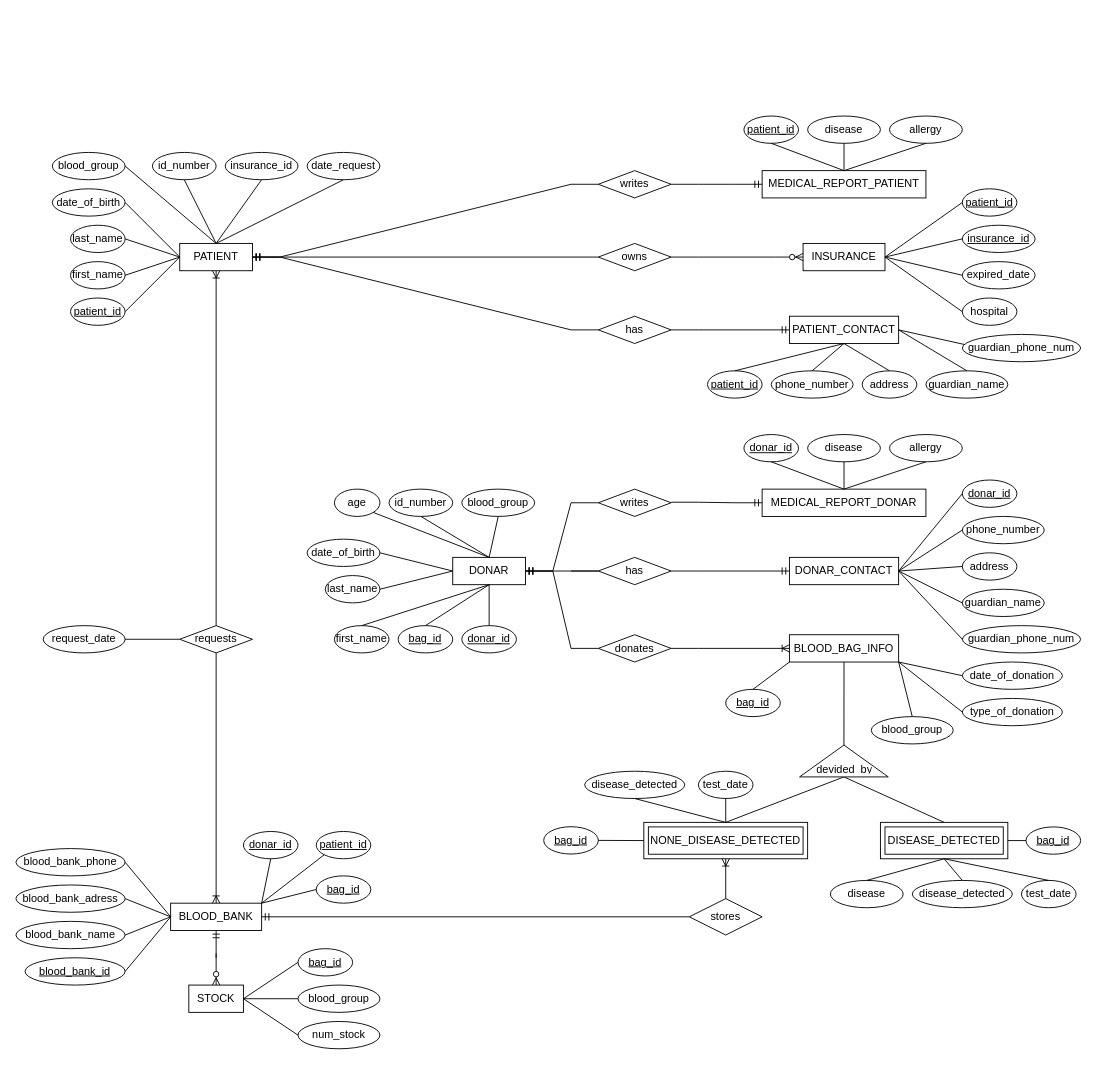
Avrey156/Practical_Database_Concepts keeps this draw.io diagram as Untitled Diagram.drawio. Above is the earlier version. Source tidied: cells renumbered, new cells numbered last; positions are measured from the earlier drawing's top-left corner, leaving out a move shared by most shapes. Both pictures are drawn from the tidied source at 91%, with x=0, y=0 at pixel (15, 116).
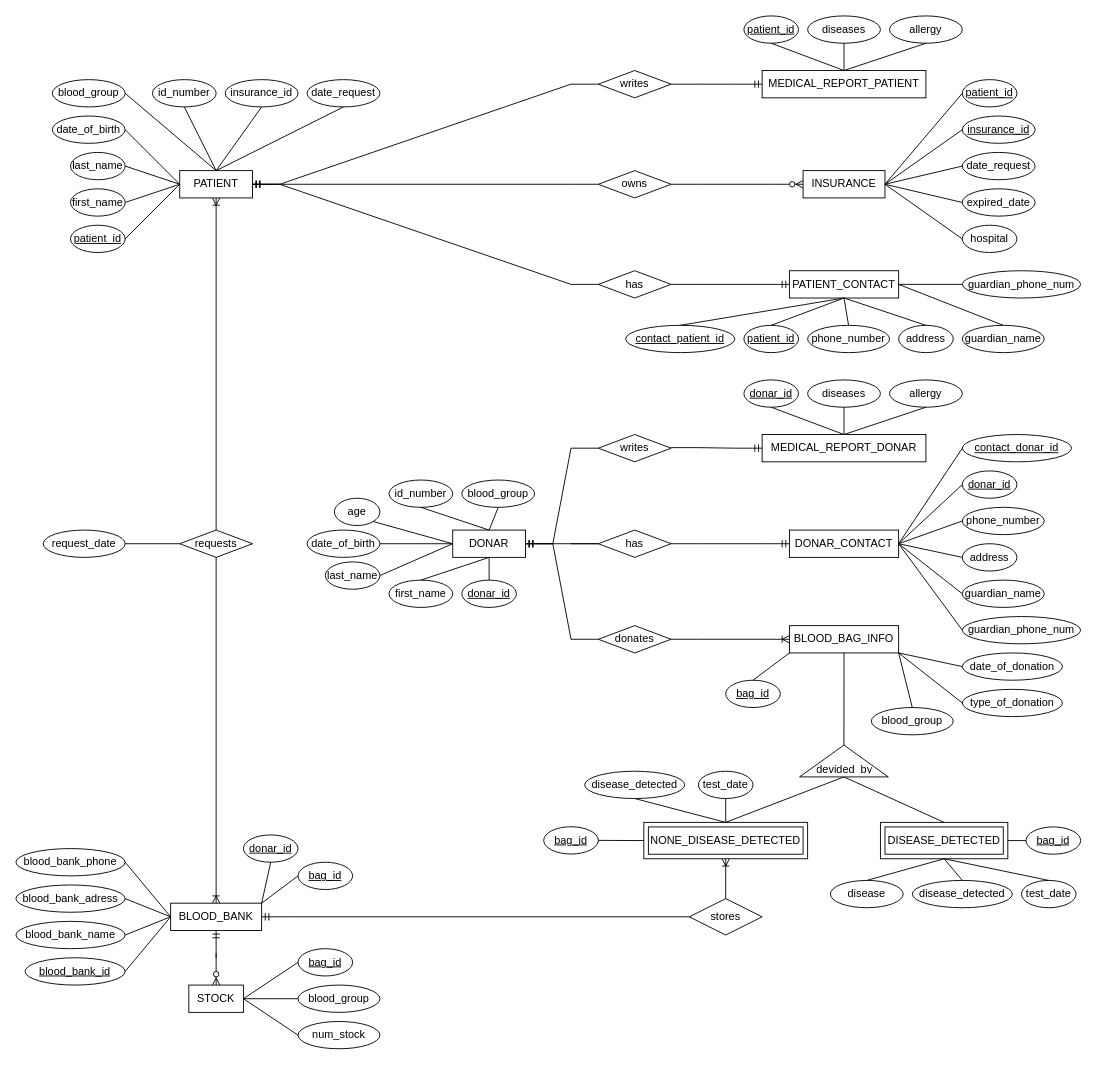
The same diagram, later.

The change refers to these unchanged cells:
```xml
<mxCell id="17" value="BLOOD_BANK" style="rounded=0;whiteSpace=wrap;html=1;" parent="1" vertex="1">
  <mxGeometry x="170" y="865" width="100" height="30" as="geometry" />
</mxCell>
```

Change to the diagram source:
```diff
@@
     <mxCell id="2" value="PATIENT" style="rounded=0;whiteSpace=wrap;html=1;" parent="1" vertex="1">
-      <mxGeometry x="180" y="140" width="80" height="30" as="geometry" />
+      <mxGeometry x="180" y="60" width="80" height="30" as="geometry" />
     </mxCell>
     <mxCell id="3" value="date_of_birth" style="ellipse;whiteSpace=wrap;html=1;" parent="1" vertex="1">
-      <mxGeometry x="40" y="80" width="80" height="30" as="geometry" />
+      <mxGeometry x="40" width="80" height="30" as="geometry" />
     </mxCell>
     <mxCell id="4" value="id_number" style="ellipse;whiteSpace=wrap;html=1;" parent="1" vertex="1">
-      <mxGeometry x="150" y="40" width="70" height="30" as="geometry" />
+      <mxGeometry x="150" y="-40" width="70" height="30" as="geometry" />
     </mxCell>
     <mxCell id="5" value="blood_group" style="ellipse;whiteSpace=wrap;html=1;" parent="1" vertex="1">
-      <mxGeometry x="40" y="40" width="80" height="30" as="geometry" />
+      <mxGeometry x="40" y="-40" width="80" height="30" as="geometry" />
     </mxCell>
     <mxCell id="6" value="insurance_id" style="ellipse;whiteSpace=wrap;html=1;" parent="1" vertex="1">
-      <mxGeometry x="230" y="40" width="80" height="30" as="geometry" />
+      <mxGeometry x="230" y="-40" width="80" height="30" as="geometry" />
     </mxCell>
     <mxCell id="7" value="date_request" style="ellipse;whiteSpace=wrap;html=1;" parent="1" vertex="1">
-      <mxGeometry x="320" y="40" width="80" height="30" as="geometry" />
+      <mxGeometry x="320" y="-40" width="80" height="30" as="geometry" />
     </mxCell>
     <mxCell id="8" value="last_name" style="ellipse;whiteSpace=wrap;html=1;" parent="1" vertex="1">
-      <mxGeometry x="60" y="120" width="60" height="30" as="geometry" />
+      <mxGeometry x="60" y="40" width="60" height="30" as="geometry" />
     </mxCell>
     <mxCell id="9" value="first_name" style="ellipse;whiteSpace=wrap;html=1;" parent="1" vertex="1">
-      <mxGeometry x="60" y="160" width="60" height="30" as="geometry" />
+      <mxGeometry x="60" y="80" width="60" height="30" as="geometry" />
     </mxCell>
     <mxCell id="10" value="PATIENT_CONTACT" style="rounded=0;whiteSpace=wrap;html=1;" parent="1" vertex="1">
-      <mxGeometry x="850" y="220" width="120" height="30" as="geometry" />
+      <mxGeometry x="850" y="170" width="120" height="30" as="geometry" />
     </mxCell>
     <mxCell id="11" value="INSURANCE" style="rounded=0;whiteSpace=wrap;html=1;" parent="1" vertex="1">
-      <mxGeometry x="865" y="140" width="90" height="30" as="geometry" />
+      <mxGeometry x="865" y="60" width="90" height="30" as="geometry" />
     </mxCell>
     <mxCell id="12" value="DONAR" style="rounded=0;whiteSpace=wrap;html=1;" parent="1" vertex="1">
-      <mxGeometry x="480" y="485" width="80" height="30" as="geometry" />
+      <mxGeometry x="480" y="455" width="80" height="30" as="geometry" />
     </mxCell>
     <mxCell id="13" value="DONAR_CONTACT" style="rounded=0;whiteSpace=wrap;html=1;" parent="1" vertex="1">
-      <mxGeometry x="850" y="485" width="120" height="30" as="geometry" />
+      <mxGeometry x="850" y="455" width="120" height="30" as="geometry" />
     </mxCell>
     <mxCell id="14" value="BLOOD_BAG_INFO" style="rounded=0;whiteSpace=wrap;html=1;" parent="1" vertex="1">
-      <mxGeometry x="850" y="570" width="120" height="30" as="geometry" />
+      <mxGeometry x="850" y="560" width="120" height="30" as="geometry" />
     </mxCell>
     <mxCell id="15" value="MEDICAL_REPORT_PATIENT" style="rounded=0;whiteSpace=wrap;html=1;" parent="1" vertex="1">
-      <mxGeometry x="820" y="60" width="180" height="30" as="geometry" />
+      <mxGeometry x="820" y="-50" width="180" height="30" as="geometry" />
     </mxCell>
     <mxCell id="16" value="MEDICAL_REPORT_DONAR" style="rounded=0;whiteSpace=wrap;html=1;" parent="1" vertex="1">
-      <mxGeometry x="820" y="410" width="180" height="30" as="geometry" />
+      <mxGeometry x="820" y="350" width="180" height="30" as="geometry" />
     </mxCell>
@@
     <mxCell id="19" value="writes" style="rhombus;whiteSpace=wrap;html=1;" parent="1" vertex="1">
-      <mxGeometry x="640" y="60" width="80" height="30" as="geometry" />
+      <mxGeometry x="640" y="-50" width="80" height="30" as="geometry" />
     </mxCell>
     <mxCell id="20" value="owns" style="rhombus;whiteSpace=wrap;html=1;" parent="1" vertex="1">
-      <mxGeometry x="640" y="140" width="80" height="30" as="geometry" />
+      <mxGeometry x="640" y="60" width="80" height="30" as="geometry" />
     </mxCell>
     <mxCell id="21" value="has" style="rhombus;whiteSpace=wrap;html=1;" parent="1" vertex="1">
-      <mxGeometry x="640" y="220" width="80" height="30" as="geometry" />
+      <mxGeometry x="640" y="170" width="80" height="30" as="geometry" />
     </mxCell>
     <mxCell id="22" value="writes" style="rhombus;whiteSpace=wrap;html=1;" parent="1" vertex="1">
-      <mxGeometry x="640" y="410" width="80" height="30" as="geometry" />
+      <mxGeometry x="640" y="350" width="80" height="30" as="geometry" />
     </mxCell>
     <mxCell id="23" value="has" style="rhombus;whiteSpace=wrap;html=1;" parent="1" vertex="1">
-      <mxGeometry x="640" y="485" width="80" height="30" as="geometry" />
+      <mxGeometry x="640" y="455" width="80" height="30" as="geometry" />
     </mxCell>
     <mxCell id="24" value="donates" style="rhombus;whiteSpace=wrap;html=1;" parent="1" vertex="1">
-      <mxGeometry x="640" y="570" width="80" height="30" as="geometry" />
+      <mxGeometry x="640" y="560" width="80" height="30" as="geometry" />
     </mxCell>
     <mxCell id="25" value="patient_id" style="ellipse;whiteSpace=wrap;html=1;align=center;fontStyle=4;" parent="1" vertex="1">
-      <mxGeometry x="60" y="200" width="60" height="30" as="geometry" />
+      <mxGeometry x="60" y="120" width="60" height="30" as="geometry" />
     </mxCell>
@@
     <mxCell id="27" style="endArrow=none;html=1;rounded=0;exitX=0.5;exitY=1;exitDx=0;exitDy=0;" parent="1" edge="1" source="7">
       <mxGeometry relative="1" as="geometry">
-        <mxPoint x="220" y="140" as="targetPoint" />
+        <mxPoint x="220" y="60" as="targetPoint" />
       </mxGeometry>
     </mxCell>
@@
     <mxCell id="29" value="phone_number" style="ellipse;whiteSpace=wrap;html=1;" parent="1" vertex="1">
-      <mxGeometry x="830" y="280" width="90" height="30" as="geometry" />
+      <mxGeometry x="870" y="230" width="90" height="30" as="geometry" />
     </mxCell>
     <mxCell id="30" value="address" style="ellipse;whiteSpace=wrap;html=1;" parent="1" vertex="1">
-      <mxGeometry x="930" y="280" width="60" height="30" as="geometry" />
+      <mxGeometry x="970" y="230" width="60" height="30" as="geometry" />
     </mxCell>
     <mxCell id="31" value="guardian_name" style="ellipse;whiteSpace=wrap;html=1;" parent="1" vertex="1">
-      <mxGeometry x="1000" y="280" width="90" height="30" as="geometry" />
+      <mxGeometry x="1040" y="230" width="90" height="30" as="geometry" />
     </mxCell>
     <mxCell id="32" value="guardian_phone_num" style="ellipse;whiteSpace=wrap;html=1;" parent="1" vertex="1">
-      <mxGeometry x="1040" y="240" width="130" height="30" as="geometry" />
+      <mxGeometry x="1040" y="170" width="130" height="30" as="geometry" />
     </mxCell>
     <mxCell id="33" value="expired_date" style="ellipse;whiteSpace=wrap;html=1;" parent="1" vertex="1">
-      <mxGeometry x="1040" y="160" width="80" height="30" as="geometry" />
+      <mxGeometry x="1040" y="80" width="80" height="30" as="geometry" />
     </mxCell>
     <mxCell id="34" value="hospital" style="ellipse;whiteSpace=wrap;html=1;" parent="1" vertex="1">
-      <mxGeometry x="1040" y="200" width="60" height="30" as="geometry" />
+      <mxGeometry x="1040" y="120" width="60" height="30" as="geometry" />
     </mxCell>
-    <mxCell id="35" value="disease" style="ellipse;whiteSpace=wrap;html=1;" parent="1" vertex="1">
-      <mxGeometry x="870" width="80" height="30" as="geometry" />
+    <mxCell id="35" value="diseases" style="ellipse;whiteSpace=wrap;html=1;" parent="1" vertex="1">
+      <mxGeometry x="870" y="-110" width="80" height="30" as="geometry" />
     </mxCell>
     <mxCell id="36" value="allergy" style="ellipse;whiteSpace=wrap;html=1;" parent="1" vertex="1">
-      <mxGeometry x="960" width="80" height="30" as="geometry" />
+      <mxGeometry x="960" y="-110" width="80" height="30" as="geometry" />
     </mxCell>
-    <mxCell id="37" value="disease" style="ellipse;whiteSpace=wrap;html=1;" parent="1" vertex="1">
-      <mxGeometry x="870" y="350" width="80" height="30" as="geometry" />
+    <mxCell id="37" value="diseases" style="ellipse;whiteSpace=wrap;html=1;" parent="1" vertex="1">
+      <mxGeometry x="870" y="290" width="80" height="30" as="geometry" />
     </mxCell>
     <mxCell id="38" value="allergy" style="ellipse;whiteSpace=wrap;html=1;" parent="1" vertex="1">
-      <mxGeometry x="960" y="350" width="80" height="30" as="geometry" />
+      <mxGeometry x="960" y="290" width="80" height="30" as="geometry" />
     </mxCell>
     <mxCell id="39" value="blood_group" style="ellipse;whiteSpace=wrap;html=1;" parent="1" vertex="1">
-      <mxGeometry x="940" y="660" width="90" height="30" as="geometry" />
+      <mxGeometry x="940" y="650" width="90" height="30" as="geometry" />
     </mxCell>
     <mxCell id="40" value="type_of_donation" style="ellipse;whiteSpace=wrap;html=1;" parent="1" vertex="1">
-      <mxGeometry x="1040" y="640" width="110" height="30" as="geometry" />
+      <mxGeometry x="1040" y="630" width="110" height="30" as="geometry" />
     </mxCell>
     <mxCell id="41" value="date_of_donation" style="ellipse;whiteSpace=wrap;html=1;" parent="1" vertex="1">
-      <mxGeometry x="1040" y="600" width="110" height="30" as="geometry" />
+      <mxGeometry x="1040" y="590" width="110" height="30" as="geometry" />
     </mxCell>
     <mxCell id="42" value="phone_number" style="ellipse;whiteSpace=wrap;html=1;" parent="1" vertex="1">
-      <mxGeometry x="1040" y="440" width="90" height="30" as="geometry" />
+      <mxGeometry x="1040" y="430" width="90" height="30" as="geometry" />
     </mxCell>
     <mxCell id="43" value="address" style="ellipse;whiteSpace=wrap;html=1;" parent="1" vertex="1">
-      <mxGeometry x="1040" y="480" width="60" height="30" as="geometry" />
+      <mxGeometry x="1040" y="470" width="60" height="30" as="geometry" />
     </mxCell>
     <mxCell id="44" value="guardian_name" style="ellipse;whiteSpace=wrap;html=1;" parent="1" vertex="1">
-      <mxGeometry x="1040" y="520" width="90" height="30" as="geometry" />
+      <mxGeometry x="1040" y="510" width="90" height="30" as="geometry" />
     </mxCell>
     <mxCell id="45" value="guardian_phone_num" style="ellipse;whiteSpace=wrap;html=1;" parent="1" vertex="1">
-      <mxGeometry x="1040" y="560" width="130" height="30" as="geometry" />
+      <mxGeometry x="1040" y="550" width="130" height="30" as="geometry" />
     </mxCell>
@@
     <mxCell id="56" value="date_of_birth" style="ellipse;whiteSpace=wrap;html=1;" parent="1" vertex="1">
-      <mxGeometry x="320" y="465" width="80" height="30" as="geometry" />
+      <mxGeometry x="320" y="455" width="80" height="30" as="geometry" />
     </mxCell>
     <mxCell id="57" value="blood_group" style="ellipse;whiteSpace=wrap;html=1;" parent="1" vertex="1">
-      <mxGeometry x="490" y="410" width="80" height="30" as="geometry" />
+      <mxGeometry x="490" y="400" width="80" height="30" as="geometry" />
     </mxCell>
     <mxCell id="58" value="last_name" style="ellipse;whiteSpace=wrap;html=1;" parent="1" vertex="1">
-      <mxGeometry x="340" y="505" width="60" height="30" as="geometry" />
+      <mxGeometry x="340" y="490" width="60" height="30" as="geometry" />
     </mxCell>
     <mxCell id="59" value="first_name" style="ellipse;whiteSpace=wrap;html=1;" parent="1" vertex="1">
-      <mxGeometry x="350" y="560" width="60" height="30" as="geometry" />
+      <mxGeometry x="410" y="510" width="70" height="30" as="geometry" />
     </mxCell>
-    <mxCell id="60" value="bag_id" style="ellipse;whiteSpace=wrap;html=1;align=center;fontStyle=4;" parent="1" vertex="1">
-      <mxGeometry x="420" y="560" width="60" height="30" as="geometry" />
-    </mxCell>
     <mxCell id="61" value="donar_id" style="ellipse;whiteSpace=wrap;html=1;align=center;fontStyle=4;" parent="1" vertex="1">
-      <mxGeometry x="490" y="560" width="60" height="30" as="geometry" />
+      <mxGeometry x="490" y="510" width="60" height="30" as="geometry" />
     </mxCell>
     <mxCell id="62" value="age" style="ellipse;whiteSpace=wrap;html=1;" parent="1" vertex="1">
-      <mxGeometry x="350" y="410" width="50" height="30" as="geometry" />
+      <mxGeometry x="350" y="420" width="50" height="30" as="geometry" />
     </mxCell>
     <mxCell id="63" value="id_number" style="ellipse;whiteSpace=wrap;html=1;" parent="1" vertex="1">
-      <mxGeometry x="410" y="410" width="70" height="30" as="geometry" />
+      <mxGeometry x="410" y="400" width="70" height="30" as="geometry" />
     </mxCell>
@@
     <mxCell id="70" style="endArrow=none;html=1;rounded=0;exitX=1;exitY=0.5;exitDx=0;exitDy=0;" parent="1" edge="1" source="5">
       <mxGeometry relative="1" as="geometry">
-        <mxPoint x="220" y="140" as="targetPoint" />
+        <mxPoint x="220" y="60" as="targetPoint" />
       </mxGeometry>
     </mxCell>
@@
     <mxCell id="75" style="endArrow=none;html=1;rounded=0;exitX=0.5;exitY=1;exitDx=0;exitDy=0;" parent="1" edge="1" source="35">
       <mxGeometry relative="1" as="geometry">
-        <mxPoint x="910" y="60" as="targetPoint" />
+        <mxPoint x="910" y="-50" as="targetPoint" />
       </mxGeometry>
     </mxCell>
-    <mxCell id="76" style="endArrow=none;html=1;rounded=0;exitX=0.5;exitY=1;exitDx=0;exitDy=0;entryX=0.5;entryY=0;entryDx=0;entryDy=0;" parent="1" edge="1" source="36" target="15">
+    <mxCell id="76" style="endArrow=none;html=1;rounded=0;entryX=0.5;entryY=0;entryDx=0;entryDy=0;exitX=0.5;exitY=1;exitDx=0;exitDy=0;" parent="1" edge="1" source="36" target="15">
       <mxGeometry relative="1" as="geometry" />
     </mxCell>
@@
-    <mxCell id="79" style="endArrow=none;html=1;rounded=0;exitX=0.018;exitY=0.369;exitDx=0;exitDy=0;entryX=1;entryY=0.5;entryDx=0;entryDy=0;exitPerimeter=0;" parent="1" edge="1" source="32" target="10">
+    <mxCell id="79" style="endArrow=none;html=1;rounded=0;exitX=0;exitY=0.5;exitDx=0;exitDy=0;entryX=1;entryY=0.5;entryDx=0;entryDy=0;" parent="1" edge="1" source="32" target="10">
       <mxGeometry relative="1" as="geometry" />
     </mxCell>
@@
-    <mxCell id="104" style="endArrow=none;html=1;rounded=0;exitX=0.5;exitY=0;exitDx=0;exitDy=0;entryX=0.5;entryY=1;entryDx=0;entryDy=0;" parent="1" edge="1" source="60" target="12">
-      <mxGeometry relative="1" as="geometry" />
-    </mxCell>
@@
-    <mxCell id="108" style="endArrow=none;html=1;rounded=0;exitX=1;exitY=1;exitDx=0;exitDy=0;entryX=0.5;entryY=0;entryDx=0;entryDy=0;" parent="1" edge="1" source="62" target="12">
+    <mxCell id="108" style="endArrow=none;html=1;rounded=0;exitX=1;exitY=1;exitDx=0;exitDy=0;entryX=0;entryY=0.5;entryDx=0;entryDy=0;" parent="1" edge="1" source="62" target="12">
       <mxGeometry relative="1" as="geometry" />
     </mxCell>
@@
     <mxCell id="114" style="edgeStyle=entityRelationEdgeStyle;fontSize=12;html=1;endArrow=ERmandOne;rounded=0;" parent="1" edge="1" target="12">
       <mxGeometry relative="1" as="geometry">
-        <mxPoint x="610" y="500" as="sourcePoint" />
+        <mxPoint x="610" y="470" as="sourcePoint" />
       </mxGeometry>
     </mxCell>
@@
     <mxCell id="118" style="edgeStyle=entityRelationEdgeStyle;fontSize=12;html=1;endArrow=ERmandOne;rounded=0;exitX=1;exitY=0.5;exitDx=0;exitDy=0;entryX=0;entryY=0.5;entryDx=0;entryDy=0;" parent="1" edge="1" target="16">
       <mxGeometry relative="1" as="geometry">
-        <mxPoint x="720" y="424.4" as="sourcePoint" />
+        <mxPoint x="720" y="364.4" as="sourcePoint" />
       </mxGeometry>
     </mxCell>
     <mxCell id="119" value="requests" style="shape=rhombus;perimeter=rhombusPerimeter;whiteSpace=wrap;html=1;align=center;" parent="1" vertex="1">
-      <mxGeometry x="180" y="560" width="80" height="30" as="geometry" />
+      <mxGeometry x="180" y="455" width="80" height="30" as="geometry" />
     </mxCell>
     <mxCell id="120" value="request_date" style="ellipse;whiteSpace=wrap;html=1;align=center;" parent="1" vertex="1">
-      <mxGeometry x="30" y="560" width="90" height="30" as="geometry" />
+      <mxGeometry x="30" y="455" width="90" height="30" as="geometry" />
     </mxCell>
@@
     <mxCell id="132" value="patient_id" style="ellipse;whiteSpace=wrap;html=1;align=center;fontStyle=4;" parent="1" vertex="1">
-      <mxGeometry x="760" y="280" width="60" height="30" as="geometry" />
+      <mxGeometry x="800" y="230" width="60" height="30" as="geometry" />
     </mxCell>
     <mxCell id="133" value="&lt;u&gt;insurance_id&lt;/u&gt;" style="ellipse;whiteSpace=wrap;html=1;" parent="1" vertex="1">
-      <mxGeometry x="1040" y="120" width="80" height="30" as="geometry" />
+      <mxGeometry x="1040" width="80" height="30" as="geometry" />
     </mxCell>
     <mxCell id="134" style="endArrow=none;html=1;rounded=0;exitX=0.5;exitY=0;exitDx=0;exitDy=0;" parent="1" edge="1" source="132">
       <mxGeometry relative="1" as="geometry">
-        <mxPoint x="910" y="250" as="targetPoint" />
+        <mxPoint x="910" y="200" as="targetPoint" />
       </mxGeometry>
     </mxCell>
     <mxCell id="135" value="patient_id" style="ellipse;whiteSpace=wrap;html=1;align=center;fontStyle=4;" parent="1" vertex="1">
-      <mxGeometry x="1040" y="80" width="60" height="30" as="geometry" />
+      <mxGeometry x="1040" y="-40" width="60" height="30" as="geometry" />
     </mxCell>
@@
     <mxCell id="138" value="donar_id" style="ellipse;whiteSpace=wrap;html=1;align=center;fontStyle=4;" parent="1" vertex="1">
-      <mxGeometry x="1040" y="400" width="60" height="30" as="geometry" />
+      <mxGeometry x="1040" y="390" width="60" height="30" as="geometry" />
     </mxCell>
@@
     <mxCell id="140" value="bag_id" style="ellipse;whiteSpace=wrap;html=1;align=center;fontStyle=4;" parent="1" vertex="1">
-      <mxGeometry x="780" y="630" width="60" height="30" as="geometry" />
+      <mxGeometry x="780" y="620" width="60" height="30" as="geometry" />
     </mxCell>
@@
     <mxCell id="146" value="donar_id" style="ellipse;whiteSpace=wrap;html=1;align=center;fontStyle=4;" parent="1" vertex="1">
-      <mxGeometry x="800" y="350" width="60" height="30" as="geometry" />
+      <mxGeometry x="800" y="290" width="60" height="30" as="geometry" />
     </mxCell>
@@
     <mxCell id="148" value="patient_id" style="ellipse;whiteSpace=wrap;html=1;align=center;fontStyle=4;" parent="1" vertex="1">
-      <mxGeometry x="800" width="60" height="30" as="geometry" />
+      <mxGeometry x="800" y="-110" width="60" height="30" as="geometry" />
     </mxCell>
@@
     <mxCell id="150" value="bag_id" style="ellipse;whiteSpace=wrap;html=1;align=center;fontStyle=4;" parent="1" vertex="1">
-      <mxGeometry x="330" y="835" width="60" height="30" as="geometry" />
+      <mxGeometry x="310" y="820" width="60" height="30" as="geometry" />
     </mxCell>
     <mxCell id="151" value="donar_id" style="ellipse;whiteSpace=wrap;html=1;align=center;fontStyle=4;" parent="1" vertex="1">
-      <mxGeometry x="250" y="786.2" width="60" height="30" as="geometry" />
+      <mxGeometry x="250" y="790" width="60" height="30" as="geometry" />
     </mxCell>
-    <mxCell id="152" value="patient_id" style="ellipse;whiteSpace=wrap;html=1;align=center;fontStyle=4;" parent="1" vertex="1">
-      <mxGeometry x="330" y="786.2" width="60" height="30" as="geometry" />
-    </mxCell>
-    <mxCell id="153" style="endArrow=none;html=1;rounded=0;exitX=0;exitY=1;exitDx=0;exitDy=0;entryX=1;entryY=0;entryDx=0;entryDy=0;" parent="1" edge="1" source="152" target="17">
-      <mxGeometry relative="1" as="geometry" />
-    </mxCell>
@@
+    <mxCell id="162" value="date_request" style="ellipse;whiteSpace=wrap;html=1;" parent="1" vertex="1">
+      <mxGeometry x="1040" y="40" width="80" height="30" as="geometry" />
+    </mxCell>
+    <mxCell id="163" style="endArrow=none;html=1;rounded=0;exitX=0;exitY=0.5;exitDx=0;exitDy=0;entryX=1;entryY=0.5;entryDx=0;entryDy=0;" parent="1" edge="1" source="162" target="11">
+      <mxGeometry relative="1" as="geometry" />
+    </mxCell>
+    <mxCell id="164" value="contact_patient_id" style="ellipse;whiteSpace=wrap;html=1;align=center;fontStyle=4;" parent="1" vertex="1">
+      <mxGeometry x="670" y="230" width="120" height="30" as="geometry" />
+    </mxCell>
+    <mxCell id="165" style="endArrow=none;html=1;rounded=0;exitX=0.5;exitY=0;exitDx=0;exitDy=0;" parent="1" edge="1" source="164">
+      <mxGeometry relative="1" as="geometry">
+        <mxPoint x="910" y="200" as="targetPoint" />
+      </mxGeometry>
+    </mxCell>
+    <mxCell id="166" value="contact_donar_id" style="ellipse;whiteSpace=wrap;html=1;align=center;fontStyle=4;" parent="1" vertex="1">
+      <mxGeometry x="1040" y="350" width="120" height="30" as="geometry" />
+    </mxCell>
+    <mxCell id="167" style="endArrow=none;html=1;rounded=0;entryX=0;entryY=0.5;entryDx=0;entryDy=0;exitX=1;exitY=0.5;exitDx=0;exitDy=0;" parent="1" edge="1" source="13" target="166">
+      <mxGeometry relative="1" as="geometry" />
+    </mxCell>
```
